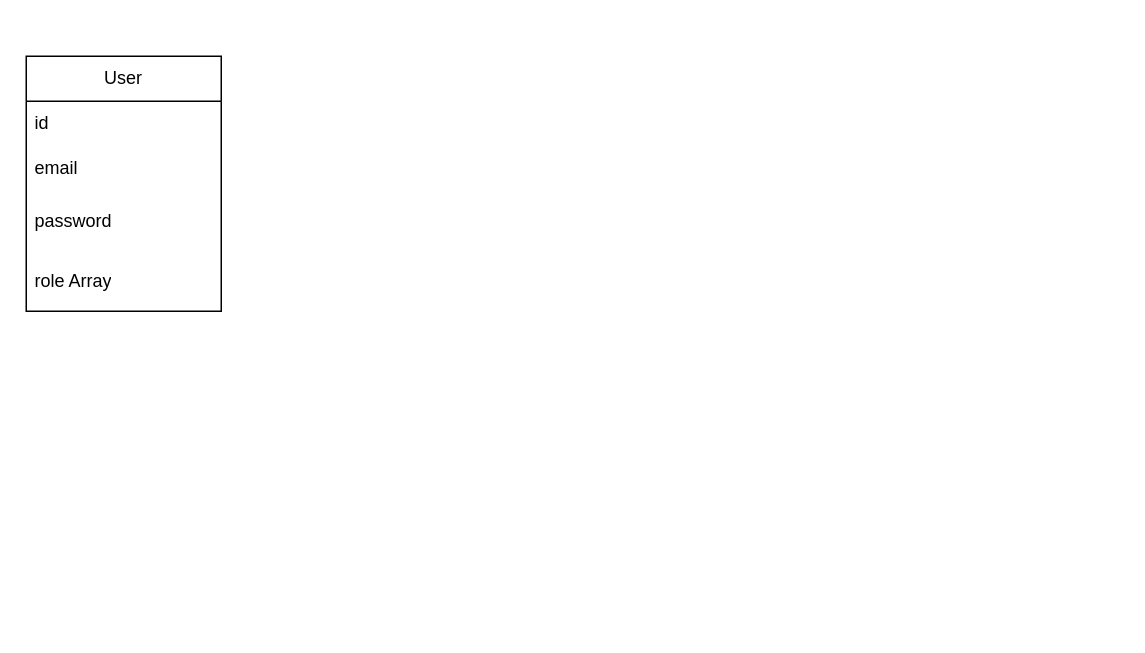
SergeyDubrovski/oxsedu_server keeps this draw.io diagram as Диаграмма без названия.drawio. Above is the earlier version. Source tidied: cells renumbered, new cells numbered last; positions are measured from the earlier drawing's top-left corner, leaving out a move shared by most shapes. Both pictures are drawn from the tidied source at 150%, with x=0, y=0 at pixel (26, 56).
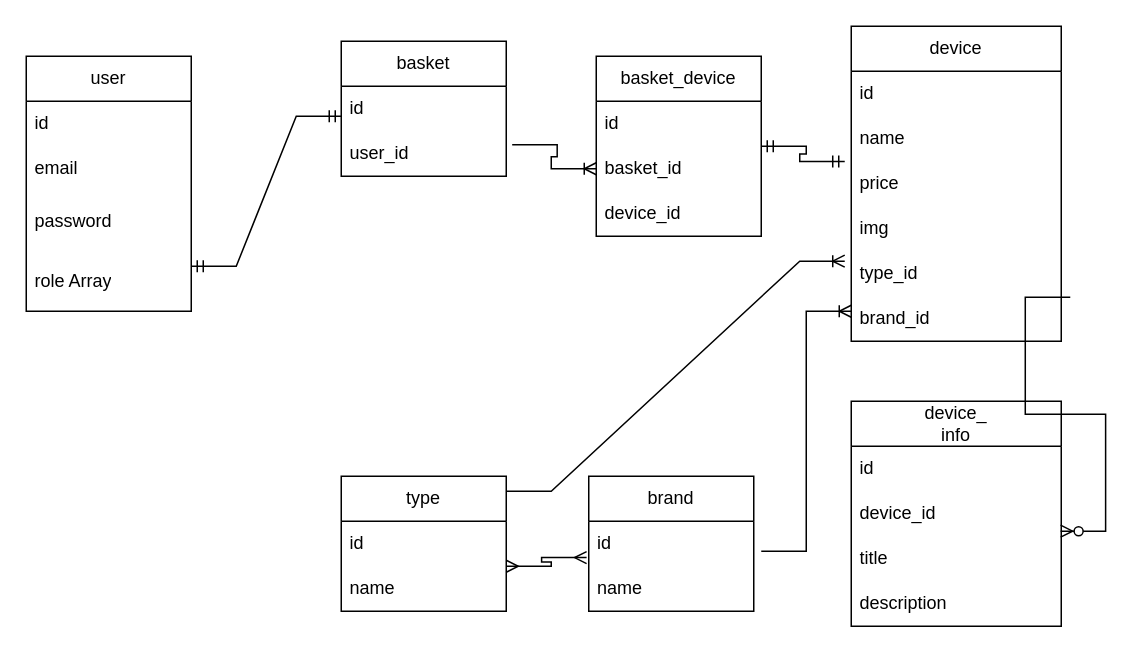
The same diagram, later.

What changed in the source:
```diff
@@
-    <mxCell id="2" value="User" style="swimlane;fontStyle=0;horizontal=1;startSize=30;whiteSpace=wrap;html=1;" parent="1" vertex="1">
-      <mxGeometry width="130" height="170" as="geometry" />
+    <mxCell id="2" value="user" style="swimlane;fontStyle=0;horizontal=1;startSize=30;whiteSpace=wrap;html=1;" parent="1" vertex="1">
+      <mxGeometry width="110" height="170" as="geometry" />
     </mxCell>
     <mxCell id="3" value="id" style="text;strokeColor=none;fillColor=none;align=left;verticalAlign=middle;spacingLeft=4;spacingRight=4;overflow=hidden;whiteSpace=wrap;html=1;" parent="2" vertex="1">
-      <mxGeometry y="30" width="130" height="30" as="geometry" />
+      <mxGeometry y="30" width="110" height="30" as="geometry" />
     </mxCell>
     <mxCell id="4" value="email" style="text;strokeColor=none;fillColor=none;align=left;verticalAlign=middle;spacingLeft=4;spacingRight=4;overflow=hidden;whiteSpace=wrap;html=1;" parent="2" vertex="1">
-      <mxGeometry y="60" width="130" height="30" as="geometry" />
+      <mxGeometry y="60" width="110" height="30" as="geometry" />
     </mxCell>
     <mxCell id="5" value="password" style="text;strokeColor=none;fillColor=none;align=left;verticalAlign=middle;spacingLeft=4;spacingRight=4;overflow=hidden;whiteSpace=wrap;html=1;" parent="2" vertex="1">
-      <mxGeometry y="90" width="130" height="40" as="geometry" />
+      <mxGeometry y="90" width="110" height="40" as="geometry" />
     </mxCell>
     <mxCell id="6" value="role Array" style="text;strokeColor=none;fillColor=none;align=left;verticalAlign=middle;spacingLeft=4;spacingRight=4;overflow=hidden;whiteSpace=wrap;html=1;" parent="2" vertex="1">
-      <mxGeometry y="130" width="130" height="40" as="geometry" />
+      <mxGeometry y="130" width="110" height="40" as="geometry" />
     </mxCell>
+    <mxCell id="7" value="basket" style="swimlane;fontStyle=0;horizontal=1;startSize=30;whiteSpace=wrap;html=1;" parent="1" vertex="1">
+      <mxGeometry x="210" y="-10" width="110" height="90" as="geometry" />
+    </mxCell>
+    <mxCell id="8" value="id" style="text;strokeColor=none;fillColor=none;align=left;verticalAlign=middle;spacingLeft=4;spacingRight=4;overflow=hidden;whiteSpace=wrap;html=1;" parent="7" vertex="1">
+      <mxGeometry y="30" width="110" height="30" as="geometry" />
+    </mxCell>
+    <mxCell id="9" value="user_id" style="text;strokeColor=none;fillColor=none;align=left;verticalAlign=middle;spacingLeft=4;spacingRight=4;overflow=hidden;points=[[0,0.5],[1,0.5]];portConstraint=eastwest;whiteSpace=wrap;html=1;" parent="7" vertex="1">
+      <mxGeometry y="60" width="110" height="30" as="geometry" />
+    </mxCell>
+    <mxCell id="10" value="basket_device" style="swimlane;fontStyle=0;horizontal=1;startSize=30;whiteSpace=wrap;html=1;" parent="1" vertex="1">
+      <mxGeometry x="380" width="110" height="120" as="geometry" />
+    </mxCell>
+    <mxCell id="11" value="id&lt;span style=&quot;white-space: pre;&quot;&gt; &lt;/span&gt;&lt;span style=&quot;white-space: pre;&quot;&gt; &lt;/span&gt;" style="text;strokeColor=none;fillColor=none;align=left;verticalAlign=middle;spacingLeft=4;spacingRight=4;overflow=hidden;whiteSpace=wrap;html=1;" parent="10" vertex="1">
+      <mxGeometry y="30" width="110" height="30" as="geometry" />
+    </mxCell>
+    <mxCell id="12" value="basket_id" style="text;strokeColor=none;fillColor=none;align=left;verticalAlign=middle;spacingLeft=4;spacingRight=4;overflow=hidden;points=[[0,0.5],[1,0.5]];portConstraint=eastwest;whiteSpace=wrap;html=1;" parent="10" vertex="1">
+      <mxGeometry y="60" width="110" height="30" as="geometry" />
+    </mxCell>
+    <mxCell id="13" value="device_id" style="text;strokeColor=none;fillColor=none;align=left;verticalAlign=middle;spacingLeft=4;spacingRight=4;overflow=hidden;whiteSpace=wrap;html=1;" parent="10" vertex="1">
+      <mxGeometry y="90" width="110" height="30" as="geometry" />
+    </mxCell>
+    <mxCell id="14" value="device" style="swimlane;fontStyle=0;horizontal=1;startSize=30;whiteSpace=wrap;html=1;" parent="1" vertex="1">
+      <mxGeometry x="550" y="-20" width="140" height="210" as="geometry" />
+    </mxCell>
+    <mxCell id="15" value="id" style="text;strokeColor=none;fillColor=none;align=left;verticalAlign=middle;spacingLeft=4;spacingRight=4;overflow=hidden;whiteSpace=wrap;html=1;" parent="14" vertex="1">
+      <mxGeometry y="30" width="140" height="30" as="geometry" />
+    </mxCell>
+    <mxCell id="16" value="name" style="text;strokeColor=none;fillColor=none;align=left;verticalAlign=middle;spacingLeft=4;spacingRight=4;overflow=hidden;whiteSpace=wrap;html=1;" parent="14" vertex="1">
+      <mxGeometry y="60" width="140" height="30" as="geometry" />
+    </mxCell>
+    <mxCell id="17" value="price" style="text;strokeColor=none;fillColor=none;align=left;verticalAlign=middle;spacingLeft=4;spacingRight=4;overflow=hidden;points=[[0,0.5],[1,0.5]];portConstraint=eastwest;whiteSpace=wrap;html=1;" parent="14" vertex="1">
+      <mxGeometry y="90" width="140" height="30" as="geometry" />
+    </mxCell>
+    <mxCell id="18" value="img" style="text;strokeColor=none;fillColor=none;align=left;verticalAlign=middle;spacingLeft=4;spacingRight=4;overflow=hidden;whiteSpace=wrap;html=1;" parent="14" vertex="1">
+      <mxGeometry y="120" width="140" height="30" as="geometry" />
+    </mxCell>
+    <mxCell id="19" value="type_id" style="text;strokeColor=none;fillColor=none;align=left;verticalAlign=middle;spacingLeft=4;spacingRight=4;overflow=hidden;points=[[0,0.5],[1,0.5]];portConstraint=eastwest;whiteSpace=wrap;html=1;" parent="14" vertex="1">
+      <mxGeometry y="150" width="140" height="30" as="geometry" />
+    </mxCell>
+    <mxCell id="20" value="brand_id" style="text;strokeColor=none;fillColor=none;align=left;verticalAlign=middle;spacingLeft=4;spacingRight=4;overflow=hidden;points=[[0,0.5],[1,0.5]];portConstraint=eastwest;whiteSpace=wrap;html=1;" parent="14" vertex="1">
+      <mxGeometry y="180" width="140" height="30" as="geometry" />
+    </mxCell>
+    <mxCell id="21" value="device_&lt;br&gt;info" style="swimlane;fontStyle=0;horizontal=1;startSize=30;whiteSpace=wrap;html=1;" parent="1" vertex="1">
+      <mxGeometry x="550" y="230" width="140" height="150" as="geometry" />
+    </mxCell>
+    <mxCell id="22" value="id" style="text;strokeColor=none;fillColor=none;align=left;verticalAlign=middle;spacingLeft=4;spacingRight=4;overflow=hidden;whiteSpace=wrap;html=1;" parent="21" vertex="1">
+      <mxGeometry y="30" width="140" height="30" as="geometry" />
+    </mxCell>
+    <mxCell id="23" value="device_id" style="text;strokeColor=none;fillColor=none;align=left;verticalAlign=middle;spacingLeft=4;spacingRight=4;overflow=hidden;points=[[0,0.5],[1,0.5]];portConstraint=eastwest;whiteSpace=wrap;html=1;" parent="21" vertex="1">
+      <mxGeometry y="60" width="140" height="30" as="geometry" />
+    </mxCell>
+    <mxCell id="24" value="title" style="text;strokeColor=none;fillColor=none;align=left;verticalAlign=middle;spacingLeft=4;spacingRight=4;overflow=hidden;whiteSpace=wrap;html=1;" parent="21" vertex="1">
+      <mxGeometry y="90" width="140" height="30" as="geometry" />
+    </mxCell>
+    <mxCell id="25" value="description" style="text;strokeColor=none;fillColor=none;align=left;verticalAlign=middle;spacingLeft=4;spacingRight=4;overflow=hidden;whiteSpace=wrap;html=1;" parent="21" vertex="1">
+      <mxGeometry y="120" width="140" height="30" as="geometry" />
+    </mxCell>
+    <mxCell id="26" value="type" style="swimlane;fontStyle=0;horizontal=1;startSize=30;whiteSpace=wrap;html=1;" parent="1" vertex="1">
+      <mxGeometry x="210" y="280" width="110" height="90" as="geometry" />
+    </mxCell>
+    <mxCell id="27" value="id" style="text;strokeColor=none;fillColor=none;align=left;verticalAlign=middle;spacingLeft=4;spacingRight=4;overflow=hidden;whiteSpace=wrap;html=1;" parent="26" vertex="1">
+      <mxGeometry y="30" width="110" height="30" as="geometry" />
+    </mxCell>
+    <mxCell id="28" value="name" style="text;strokeColor=none;fillColor=none;align=left;verticalAlign=middle;spacingLeft=4;spacingRight=4;overflow=hidden;whiteSpace=wrap;html=1;" parent="26" vertex="1">
+      <mxGeometry y="60" width="110" height="30" as="geometry" />
+    </mxCell>
+    <mxCell id="29" value="brand" style="swimlane;fontStyle=0;horizontal=1;startSize=30;whiteSpace=wrap;html=1;" parent="1" vertex="1">
+      <mxGeometry x="375" y="280" width="110" height="90" as="geometry" />
+    </mxCell>
+    <mxCell id="30" value="id" style="text;strokeColor=none;fillColor=none;align=left;verticalAlign=middle;spacingLeft=4;spacingRight=4;overflow=hidden;points=[[0,0.5],[1,0.5]];portConstraint=eastwest;whiteSpace=wrap;html=1;" parent="29" vertex="1">
+      <mxGeometry y="30" width="110" height="30" as="geometry" />
+    </mxCell>
+    <mxCell id="31" value="name" style="text;strokeColor=none;fillColor=none;align=left;verticalAlign=middle;spacingLeft=4;spacingRight=4;overflow=hidden;whiteSpace=wrap;html=1;" parent="29" vertex="1">
+      <mxGeometry y="60" width="110" height="30" as="geometry" />
+    </mxCell>
+    <mxCell id="32" style="edgeStyle=entityRelationEdgeStyle;fontSize=12;html=1;endArrow=ERmandOne;startArrow=ERmandOne;rounded=0;" parent="1" edge="1">
+      <mxGeometry relative="1" as="geometry">
+        <mxPoint x="110" y="140" as="sourcePoint" />
+        <mxPoint x="210" y="40" as="targetPoint" />
+      </mxGeometry>
+    </mxCell>
+    <mxCell id="33" style="edgeStyle=entityRelationEdgeStyle;fontSize=12;html=1;endArrow=ERoneToMany;rounded=0;entryX=-0.031;entryY=0.22;entryDx=0;entryDy=0;entryPerimeter=0;" parent="1" edge="1" target="19">
+      <mxGeometry relative="1" as="geometry">
+        <mxPoint x="320" y="290" as="sourcePoint" />
+      </mxGeometry>
+    </mxCell>
+    <mxCell id="34" style="edgeStyle=entityRelationEdgeStyle;fontSize=12;html=1;endArrow=ERoneToMany;rounded=0;" parent="1" edge="1">
+      <mxGeometry relative="1" as="geometry">
+        <mxPoint x="490" y="330" as="sourcePoint" />
+        <mxPoint x="550" y="170" as="targetPoint" />
+      </mxGeometry>
+    </mxCell>
+    <mxCell id="35" style="edgeStyle=entityRelationEdgeStyle;fontSize=12;html=1;endArrow=ERmany;startArrow=ERmany;rounded=0;entryX=-0.013;entryY=0.807;entryDx=0;entryDy=0;entryPerimeter=0;" parent="1" edge="1" target="30">
+      <mxGeometry relative="1" as="geometry">
+        <mxPoint x="320" y="340" as="sourcePoint" />
+      </mxGeometry>
+    </mxCell>
+    <mxCell id="36" style="edgeStyle=entityRelationEdgeStyle;fontSize=12;html=1;endArrow=ERzeroToMany;endFill=1;rounded=0;entryX=0.997;entryY=0.887;entryDx=0;entryDy=0;entryPerimeter=0;exitX=1.043;exitY=0.02;exitDx=0;exitDy=0;exitPerimeter=0;" parent="1" edge="1" source="20" target="23">
+      <mxGeometry relative="1" as="geometry" />
+    </mxCell>
+    <mxCell id="37" style="edgeStyle=entityRelationEdgeStyle;fontSize=12;html=1;endArrow=ERoneToMany;rounded=0;exitX=1.036;exitY=0.3;exitDx=0;exitDy=0;exitPerimeter=0;entryX=0;entryY=0.5;entryDx=0;entryDy=0;" parent="1" edge="1" source="9" target="12">
+      <mxGeometry relative="1" as="geometry" />
+    </mxCell>
+    <mxCell id="38" style="edgeStyle=entityRelationEdgeStyle;fontSize=12;html=1;endArrow=ERmandOne;startArrow=ERmandOne;rounded=0;entryX=-0.031;entryY=0.007;entryDx=0;entryDy=0;entryPerimeter=0;exitX=1;exitY=0;exitDx=0;exitDy=0;exitPerimeter=0;" parent="1" edge="1" source="12" target="17">
+      <mxGeometry relative="1" as="geometry" />
+    </mxCell>
```
